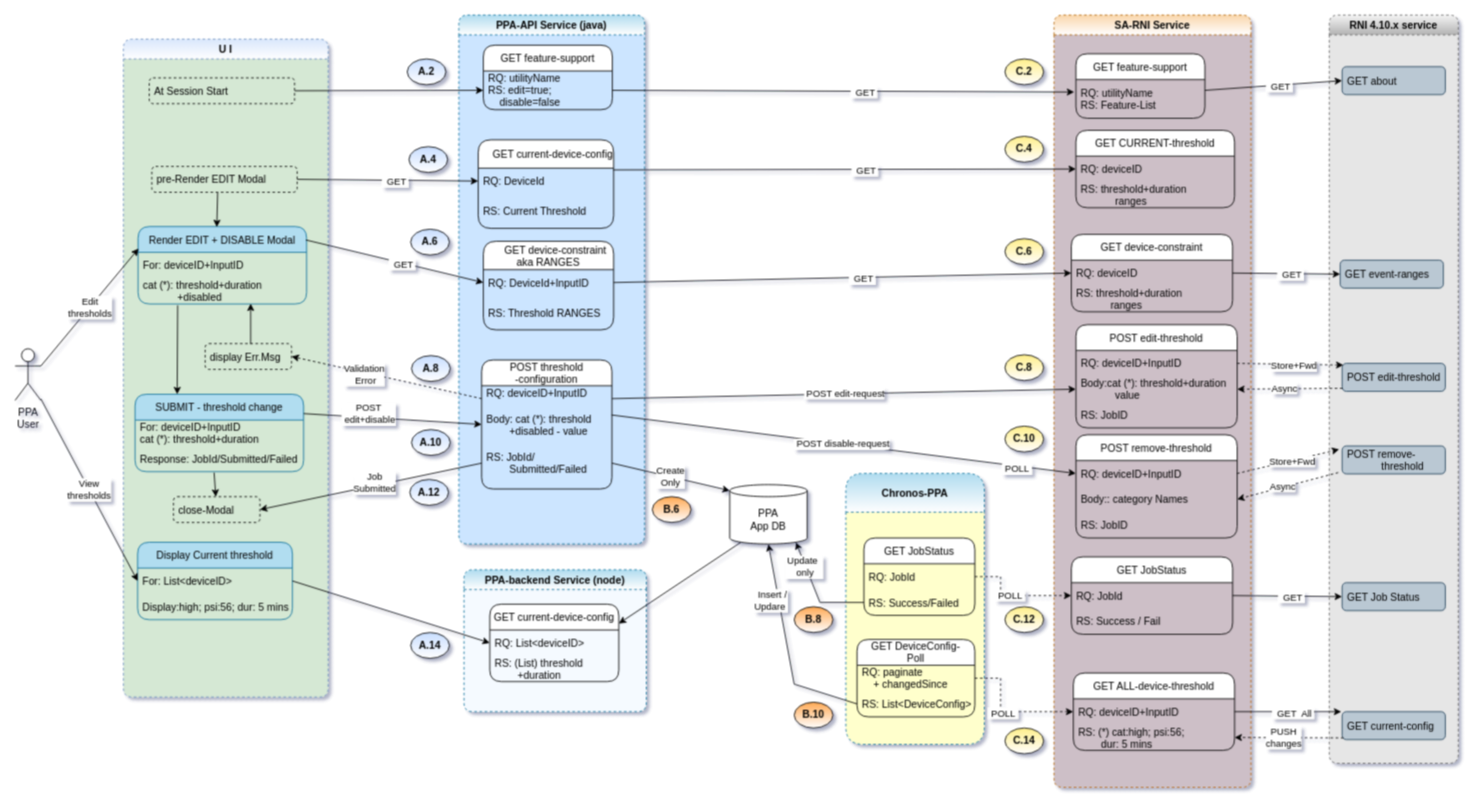
rajeshpv-common/my-drawio keeps this draw.io diagram as ppa/disablethreshold/threshold-config-dec-2022-v1.drawio. Above is the earlier version. Source tidied: cells renumbered, new cells numbered last; positions are measured from the earlier drawing's top-left corner, leaving out a move shared by most shapes. Both pictures are drawn from the tidied source at 86%, with x=0, y=0 at pixel (15, 15).
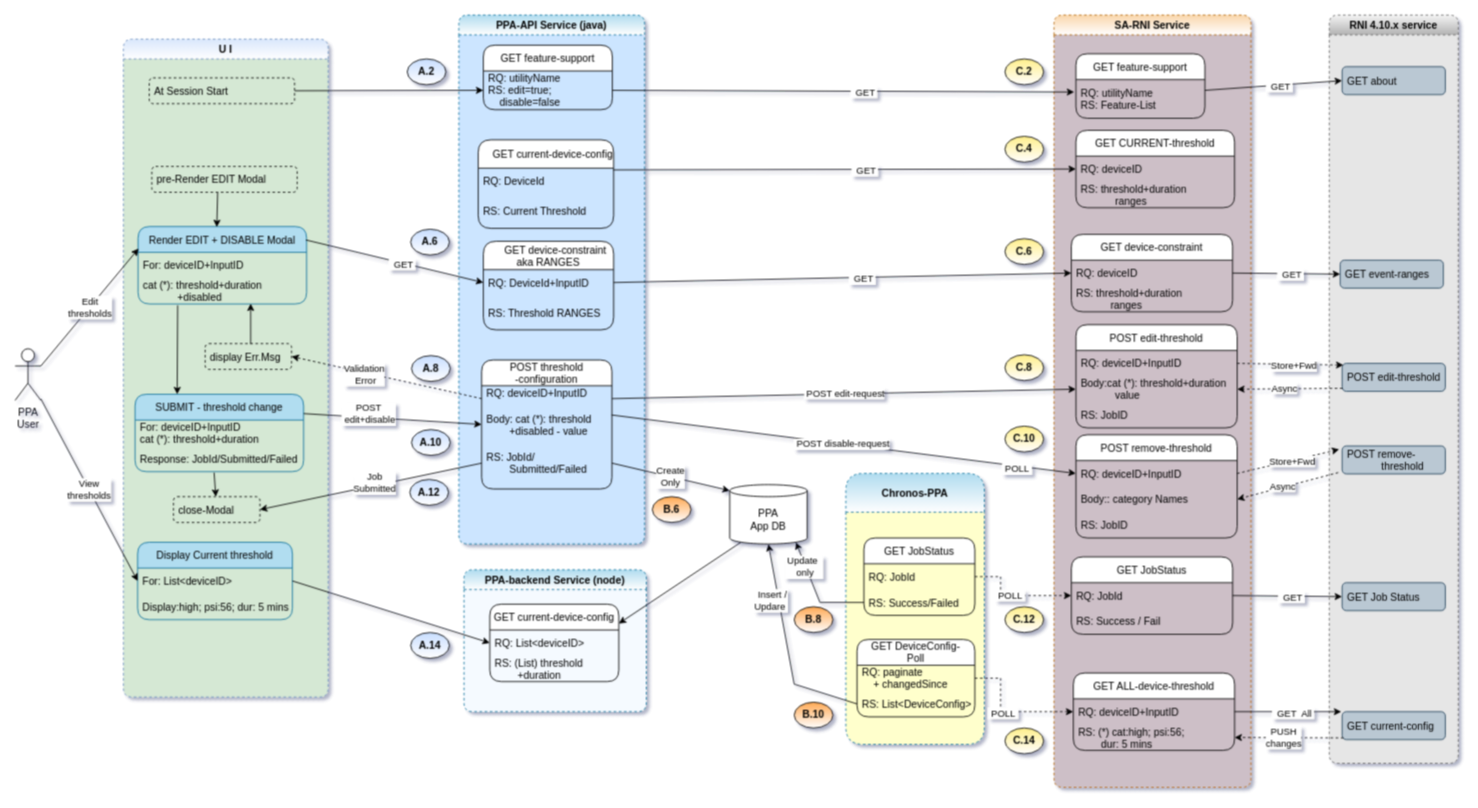
The same page after the edit.

The change refers to these unchanged cells:
```xml
<mxCell id="54" value="RQ: DeviceId" style="text;strokeColor=none;fillColor=none;align=left;verticalAlign=middle;spacingLeft=4;spacingRight=4;overflow=hidden;points=[[0,0.5],[1,0.5]];portConstraint=eastwest;rounded=1;" parent="53" vertex="1">
  <mxGeometry y="33" width="157.5" height="30" as="geometry" />
</mxCell>
<mxCell id="75" value="pre-Render EDIT Modal" style="text;strokeColor=default;fillColor=none;align=left;verticalAlign=middle;spacingLeft=4;spacingRight=4;overflow=hidden;points=[[0,0.5],[1,0.5]];portConstraint=eastwest;rounded=1;dashed=1;" parent="70" vertex="1">
  <mxGeometry x="33" y="148" width="169" height="30" as="geometry" />
</mxCell>
```

Change to the diagram source:
```diff
@@
-    <mxCell id="112" style="endArrow=classic;html=1;rounded=0;entryX=0;entryY=0.5;entryDx=0;entryDy=0;exitX=1;exitY=0.5;exitDx=0;exitDy=0;" parent="1" edge="1" source="75" target="54">
-      <mxGeometry relative="1" as="geometry" />
-    </mxCell>
-    <mxCell id="113" value="&amp;nbsp; GET&amp;nbsp;" style="edgeLabel;html=1;align=center;verticalAlign=middle;" parent="112" vertex="1">
-      <mxGeometry x="0.09" y="-1" relative="1" as="geometry">
-        <mxPoint x="-1" as="offset" />
-      </mxGeometry>
-    </mxCell>
@@
-    <mxCell id="127" value="&lt;b&gt;A.4&lt;/b&gt;" style="ellipse;whiteSpace=wrap;html=1;gradientColor=#ffffff;fillColor=#C9DFFF;" parent="1" vertex="1">
-      <mxGeometry x="458" y="153" width="45" height="30" as="geometry" />
-    </mxCell>
```
